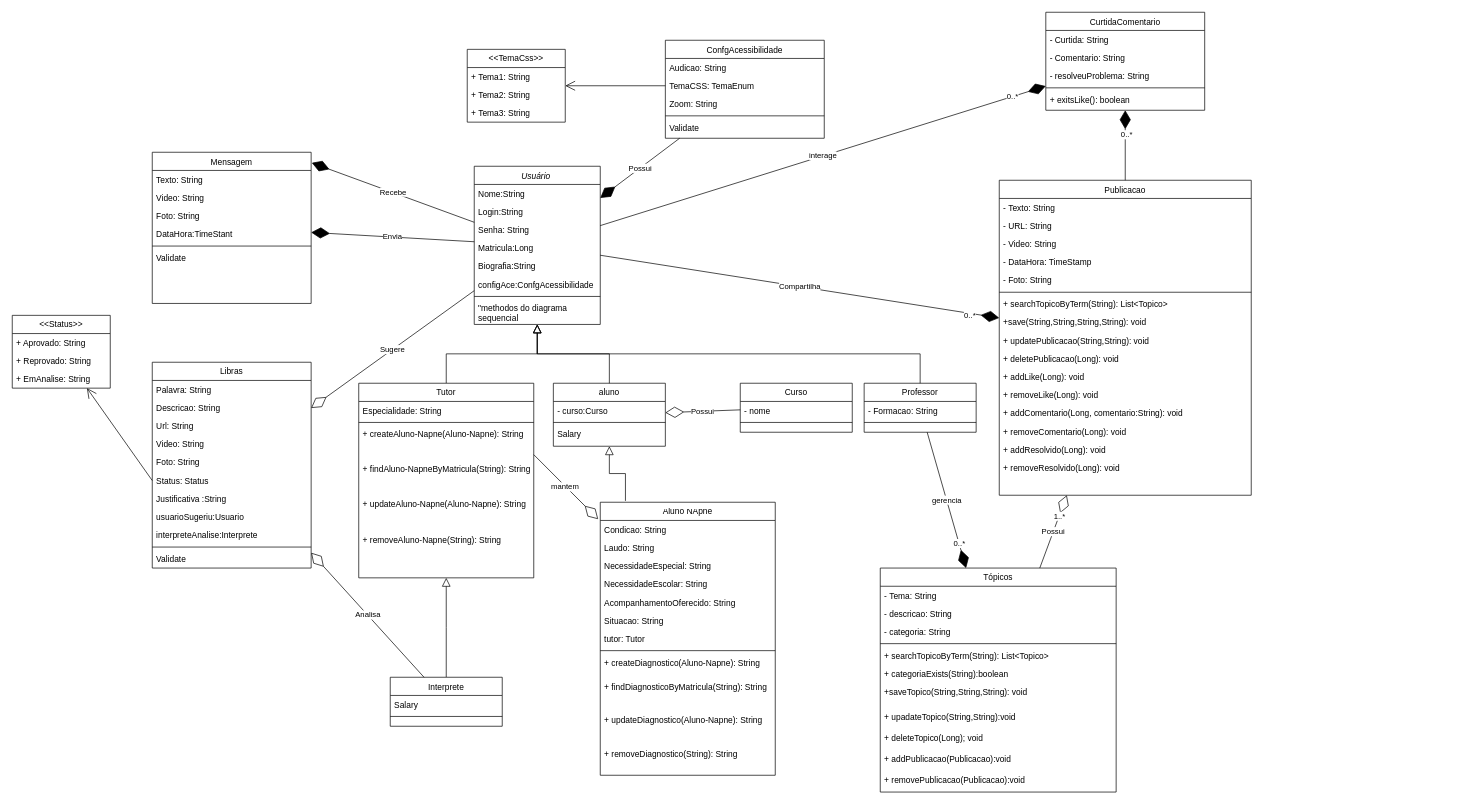
This is If Coders. diagrama de classe.drawio from arianamesquita/IFCoders, a draw.io file, before an edit. Source tidied: cells renumbered, new cells numbered last; positions are measured from the earlier drawing's top-left corner, leaving out a move shared by most shapes. Both pictures are drawn from the tidied source at 70%, with x=0, y=0 at pixel (12, 12).
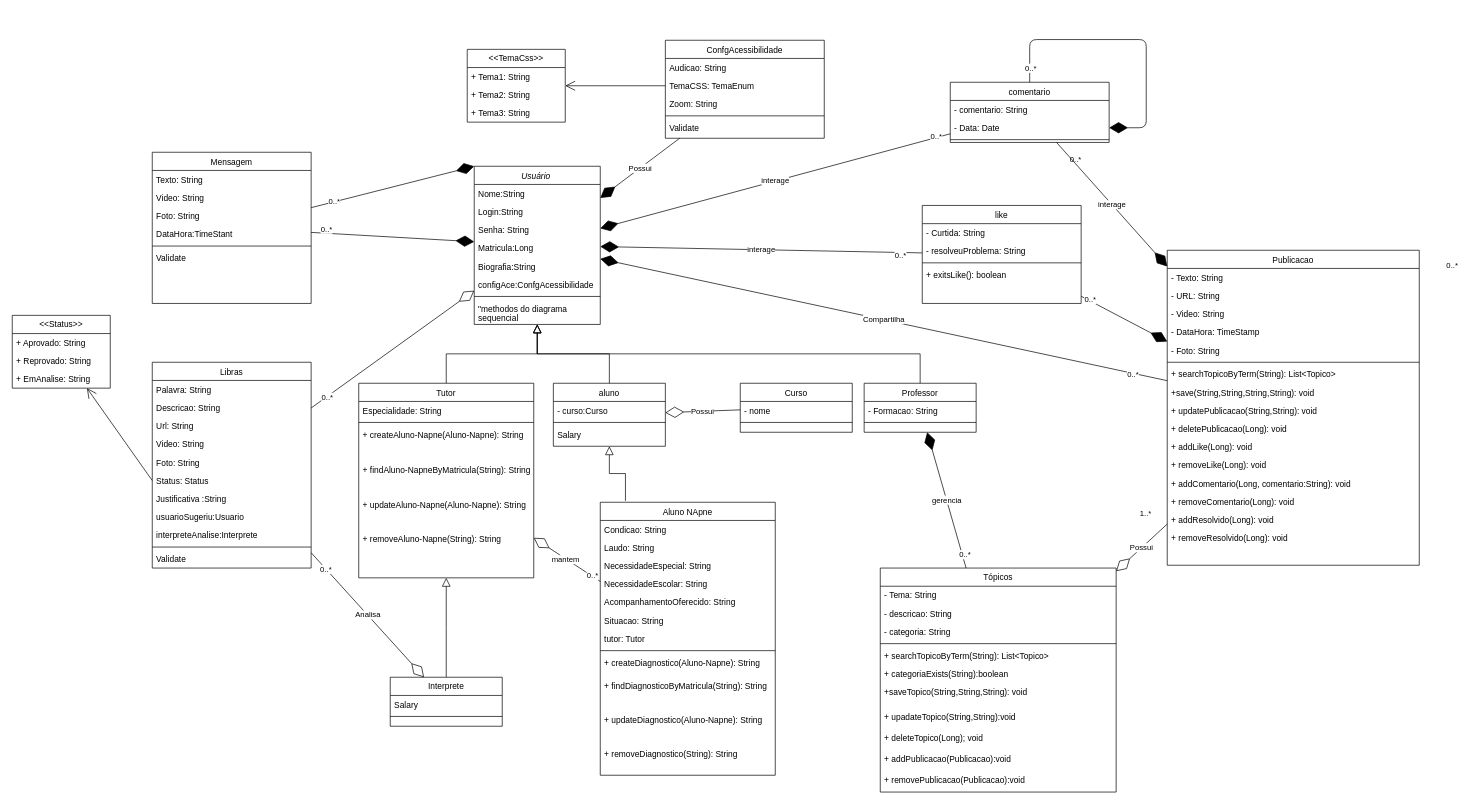
The same page after the edit.

The change refers to these unchanged cells:
```xml
<mxCell id="2" value="Usuário " style="swimlane;fontStyle=2;align=center;verticalAlign=top;horizontal=1;startSize=26;rounded=0;shadow=0;strokeWidth=1;" parent="1" vertex="1">
  <mxGeometry x="660" y="220" width="180" height="226" as="geometry" />
</mxCell>
<mxCell id="12" value="Professor" style="swimlane;fontStyle=0;align=center;verticalAlign=top;horizontal=1;startSize=26;rounded=0;shadow=0;strokeWidth=1;" parent="1" vertex="1">
  <mxGeometry x="1217" y="530" width="160" height="70" as="geometry" />
</mxCell>
<mxCell id="19" value="aluno" style="swimlane;fontStyle=0;align=center;verticalAlign=top;horizontal=1;startSize=26;rounded=0;shadow=0;strokeWidth=1;" parent="1" vertex="1">
  <mxGeometry x="773" y="530" width="160" height="90" as="geometry" />
</mxCell>
<mxCell id="25" value="Interprete" style="swimlane;fontStyle=0;align=center;verticalAlign=top;horizontal=1;startSize=26;rounded=0;shadow=0;strokeWidth=1;" parent="1" vertex="1">
  <mxGeometry x="540" y="950" width="160" height="70" as="geometry" />
</mxCell>
<mxCell id="29" value="Libras" style="swimlane;fontStyle=0;align=center;verticalAlign=top;horizontal=1;startSize=26;rounded=0;shadow=0;strokeWidth=1;" parent="1" vertex="1">
  <mxGeometry x="200" y="500" width="227" height="294" as="geometry" />
</mxCell>
<mxCell id="41" value="Mensagem" style="swimlane;fontStyle=0;align=center;verticalAlign=top;horizontal=1;startSize=26;rounded=0;shadow=0;strokeWidth=1;" parent="1" vertex="1">
  <mxGeometry x="200" y="200" width="227" height="216" as="geometry" />
</mxCell>
<mxCell id="75" value="Tópicos" style="swimlane;fontStyle=0;align=center;verticalAlign=top;horizontal=1;startSize=26;rounded=0;shadow=0;strokeWidth=1;" parent="1" vertex="1">
  <mxGeometry x="1240" y="794" width="337" height="320" as="geometry" />
</mxCell>
<mxCell id="116" value="Aluno NApne" style="swimlane;fontStyle=0;align=center;verticalAlign=top;horizontal=1;startSize=26;rounded=0;shadow=0;strokeWidth=1;" parent="1" vertex="1">
  <mxGeometry x="840" y="700" width="250" height="390" as="geometry" />
</mxCell>
<mxCell id="131" value="Tutor" style="swimlane;fontStyle=0;align=center;verticalAlign=top;horizontal=1;startSize=26;rounded=0;shadow=0;strokeWidth=1;" parent="1" vertex="1">
  <mxGeometry x="495" y="530" width="250" height="278" as="geometry" />
</mxCell>
<mxCell id="135" value="&#10;" style="text;align=left;verticalAlign=top;spacingLeft=4;spacingRight=4;overflow=hidden;points=[[0,0.5],[1,0.5]];portConstraint=eastwest;" parent="131" vertex="1">
  <mxGeometry y="94" width="250" height="16" as="geometry" />
</mxCell>
```

Diff of the diagram source:
```diff
@@
-    <mxCell id="20" value="- curso:Curso" style="text;align=left;verticalAlign=top;spacingLeft=4;spacingRight=4;overflow=hidden;" parent="19" vertex="1">
+    <mxCell id="20" value="- curso:Curso" style="text;align=left;verticalAlign=top;spacingLeft=4;spacingRight=4;overflow=hidden;" parent="19" vertex="1">
       <mxGeometry y="26" width="160" height="26" as="geometry" />
     </mxCell>
@@
     <mxCell id="58" value="Publicacao" style="swimlane;fontStyle=0;align=center;verticalAlign=top;horizontal=1;startSize=26;rounded=0;shadow=0;strokeWidth=1;" parent="1" vertex="1">
-      <mxGeometry x="1410" y="240" width="360" height="450" as="geometry" />
+      <mxGeometry x="1650" y="340" width="360" height="450" as="geometry" />
     </mxCell>
@@
-    <mxCell id="91" value="CurtidaComentario" style="swimlane;fontStyle=0;align=center;verticalAlign=top;horizontal=1;startSize=26;rounded=0;shadow=0;strokeWidth=1;" parent="1" vertex="1">
-      <mxGeometry x="1476.5" width="227" height="140" as="geometry" />
+    <mxCell id="91" value="like" style="swimlane;fontStyle=0;align=center;verticalAlign=top;horizontal=1;startSize=26;rounded=0;shadow=0;strokeWidth=1;" parent="1" vertex="1">
+      <mxGeometry x="1300" y="276" width="227" height="140" as="geometry" />
     </mxCell>
@@
-    <mxCell id="93" value="- Comentario: String" style="text;align=left;verticalAlign=top;spacingLeft=4;spacingRight=4;overflow=hidden;" parent="91" vertex="1">
-      <mxGeometry y="52" width="227" height="26" as="geometry" />
-    </mxCell>
     <mxCell id="94" value="- resolveuProblema: String" style="text;align=left;verticalAlign=top;spacingLeft=4;spacingRight=4;overflow=hidden;" parent="91" vertex="1">
-      <mxGeometry y="78" width="227" height="26" as="geometry" />
+      <mxGeometry y="52" width="227" height="26" as="geometry" />
     </mxCell>
     <mxCell id="95" style="line;html=1;strokeWidth=1;align=left;verticalAlign=middle;spacingTop=-1;spacingLeft=3;spacingRight=3;labelPosition=right;" parent="91" vertex="1">
-      <mxGeometry y="104" width="227" height="8" as="geometry" />
+      <mxGeometry y="78" width="227" height="8" as="geometry" />
     </mxCell>
     <mxCell id="96" value="+ exitsLike(): boolean" style="text;align=left;verticalAlign=top;spacingLeft=4;spacingRight=4;overflow=hidden;" parent="91" vertex="1">
-      <mxGeometry y="112" width="227" height="26" as="geometry" />
+      <mxGeometry y="86" width="227" height="26" as="geometry" />
     </mxCell>
-    <mxCell id="97" style="endArrow=diamondThin;endFill=1;endSize=24;html=1;rounded=0;" parent="1" edge="1" source="58" target="91">
+    <mxCell id="97" style="endArrow=diamondThin;endFill=1;endSize=24;html=1;rounded=0;" parent="1" edge="1" source="91" target="58">
       <mxGeometry relative="1" as="geometry" />
     </mxCell>
     <mxCell id="98" value="0..*" style="edgeLabel;html=1;align=center;verticalAlign=middle;" parent="97" vertex="1">
-      <mxGeometry x="0.32" y="-1" relative="1" as="geometry" />
+      <mxGeometry x="0.32" y="-1" relative="1" as="geometry">
+        <mxPoint x="-68" y="-39" as="offset" />
+      </mxGeometry>
     </mxCell>
-    <mxCell id="99" value="interage" style="endArrow=diamondThin;endFill=1;endSize=24;html=1;rounded=0;" parent="1" edge="1" source="2" target="91">
+    <mxCell id="99" value="interage" style="endArrow=diamondThin;endFill=1;endSize=24;html=1;rounded=0;" parent="1" edge="1" source="91" target="2">
       <mxGeometry relative="1" as="geometry" />
     </mxCell>
     <mxCell id="100" value="0..*" style="edgeLabel;html=1;align=center;verticalAlign=middle;" parent="99" vertex="1">
-      <mxGeometry x="0.85" relative="1" as="geometry" />
+      <mxGeometry x="0.85" relative="1" as="geometry">
+        <mxPoint x="394" y="11" as="offset" />
+      </mxGeometry>
     </mxCell>
@@
-    <mxCell id="105" value="Sugere" style="endArrow=diamondThin;endFill=0;endSize=24;html=1;rounded=0;" parent="1" edge="1" source="2" target="29">
-      <mxGeometry relative="1" as="geometry" />
+    <mxCell id="105" value="0..*" style="endArrow=diamondThin;endFill=0;endSize=24;html=1;rounded=0;" parent="1" edge="1" source="29" target="2">
+      <mxGeometry x="-0.81" y="-1" relative="1" as="geometry" />
     </mxCell>
-    <mxCell id="106" value="Analisa" style="endArrow=diamondThin;endFill=0;endSize=24;html=1;rounded=0;" parent="1" edge="1" source="25" target="29">
+    <mxCell id="106" value="Analisa" style="endArrow=diamondThin;endFill=0;endSize=24;html=1;rounded=0;" parent="1" edge="1" source="29" target="25">
       <mxGeometry relative="1" as="geometry" />
     </mxCell>
+    <mxCell id="141" value="0..*" style="edgeLabel;html=1;align=center;verticalAlign=middle;" parent="106" vertex="1">
+      <mxGeometry x="-0.74" relative="1" as="geometry" />
+    </mxCell>
-    <mxCell id="107" value="mantem&amp;nbsp;" style="endArrow=diamondThin;endFill=0;endSize=24;html=1;rounded=0;entryX=-0.012;entryY=0.062;entryDx=0;entryDy=0;entryPerimeter=0;exitX=1;exitY=0.5;exitDx=0;exitDy=0;" parent="1" edge="1" source="135" target="116">
+    <mxCell id="107" value="mantem&amp;nbsp;" style="endArrow=diamondThin;endFill=0;endSize=24;html=1;rounded=0;" parent="1" edge="1" source="116" target="131">
       <mxGeometry relative="1" as="geometry" />
     </mxCell>
+    <mxCell id="142" value="0..*" style="edgeLabel;html=1;align=center;verticalAlign=middle;" parent="107" vertex="1">
+      <mxGeometry x="-0.76" relative="1" as="geometry">
+        <mxPoint y="-1" as="offset" />
+      </mxGeometry>
+    </mxCell>
-    <mxCell id="108" value="Envia" style="endArrow=diamondThin;endFill=1;endSize=24;html=1;rounded=0;" parent="1" edge="1" source="2" target="41">
-      <mxGeometry relative="1" as="geometry" />
+    <mxCell id="108" value="0..*" style="endArrow=diamondThin;endFill=1;endSize=24;html=1;rounded=0;entryX=0;entryY=0;entryDx=0;entryDy=0;" parent="1" edge="1" source="41" target="2">
+      <mxGeometry x="-0.72" y="1" relative="1" as="geometry" />
     </mxCell>
-    <mxCell id="109" value="Recebe" style="endArrow=diamondThin;endFill=1;endSize=24;html=1;rounded=0;entryX=1.004;entryY=0.07;entryDx=0;entryDy=0;entryPerimeter=0;" parent="1" edge="1" source="2" target="41">
-      <mxGeometry relative="1" as="geometry" />
+    <mxCell id="109" value="0..*" style="endArrow=diamondThin;endFill=1;endSize=24;html=1;rounded=0;" parent="1" edge="1" source="41" target="2">
+      <mxGeometry x="-0.81" y="6" relative="1" as="geometry" />
     </mxCell>
-    <mxCell id="110" value="Compartilha" style="endArrow=diamondThin;endFill=1;endSize=24;html=1;rounded=0;" parent="1" edge="1" source="2" target="58">
+    <mxCell id="110" value="Compartilha" style="endArrow=diamondThin;endFill=1;endSize=24;html=1;rounded=0;" parent="1" edge="1" source="58" target="2">
       <mxGeometry relative="1" as="geometry" />
     </mxCell>
     <mxCell id="111" value="0..*" style="edgeLabel;html=1;align=center;verticalAlign=middle;" parent="110" vertex="1">
-      <mxGeometry x="0.85" y="-2" relative="1" as="geometry" />
+      <mxGeometry x="0.85" y="-2" relative="1" as="geometry">
+        <mxPoint x="699" y="154" as="offset" />
+      </mxGeometry>
     </mxCell>
-    <mxCell id="112" value="gerencia" style="endArrow=diamondThin;endFill=1;endSize=24;html=1;rounded=0;" parent="1" edge="1" source="12" target="75">
+    <mxCell id="112" value="gerencia" style="endArrow=diamondThin;endFill=1;endSize=24;html=1;rounded=0;" parent="1" edge="1" source="75" target="12">
       <mxGeometry relative="1" as="geometry" />
     </mxCell>
     <mxCell id="113" value="0..*" style="edgeLabel;html=1;align=center;verticalAlign=middle;" parent="112" vertex="1">
-      <mxGeometry x="0.64" relative="1" as="geometry" />
+      <mxGeometry x="0.64" relative="1" as="geometry">
+        <mxPoint x="43" y="139" as="offset" />
+      </mxGeometry>
     </mxCell>
-    <mxCell id="114" value="Possui" style="endArrow=diamondThin;endFill=0;endSize=24;html=1;rounded=0;" parent="1" edge="1" source="75" target="58">
+    <mxCell id="114" value="Possui" style="endArrow=diamondThin;endFill=0;endSize=24;html=1;rounded=0;" parent="1" edge="1" source="58" target="75">
       <mxGeometry relative="1" as="geometry" />
     </mxCell>
     <mxCell id="115" value="1..*" style="edgeLabel;html=1;align=center;verticalAlign=middle;" parent="114" vertex="1">
-      <mxGeometry x="0.42" relative="1" as="geometry" />
+      <mxGeometry x="0.42" relative="1" as="geometry">
+        <mxPoint x="21" y="-64" as="offset" />
+      </mxGeometry>
     </mxCell>
@@
+    <mxCell id="143" value="comentario" style="swimlane;fontStyle=0;align=center;verticalAlign=top;horizontal=1;startSize=26;rounded=0;shadow=0;strokeWidth=1;" parent="1" vertex="1">
+      <mxGeometry x="1340" y="100" width="227" height="86" as="geometry" />
+    </mxCell>
+    <mxCell id="144" value="- comentario: String" style="text;align=left;verticalAlign=top;spacingLeft=4;spacingRight=4;overflow=hidden;" parent="143" vertex="1">
+      <mxGeometry y="26" width="227" height="26" as="geometry" />
+    </mxCell>
+    <mxCell id="145" value="- Data: Date" style="text;align=left;verticalAlign=top;spacingLeft=4;spacingRight=4;overflow=hidden;points=[[0,0.5],[1,0.5]];portConstraint=eastwest;" parent="143" vertex="1">
+      <mxGeometry y="52" width="227" height="26" as="geometry" />
+    </mxCell>
+    <mxCell id="146" style="line;html=1;strokeWidth=1;align=left;verticalAlign=middle;spacingTop=-1;spacingLeft=3;spacingRight=3;labelPosition=right;" parent="143" vertex="1">
+      <mxGeometry y="78" width="227" height="8" as="geometry" />
+    </mxCell>
+    <mxCell id="147" style="endArrow=diamondThin;endFill=1;endSize=24;html=1;rounded=1;exitX=0.5;exitY=0;exitDx=0;exitDy=0;edgeStyle=orthogonalEdgeStyle;curved=0;entryX=1;entryY=0.5;entryDx=0;entryDy=0;" parent="143" edge="1" source="143" target="145">
+      <mxGeometry relative="1" as="geometry">
+        <Array as="points">
+          <mxPoint x="113" y="-61" />
+          <mxPoint x="280" y="-61" />
+          <mxPoint x="280" y="65" />
+        </Array>
+      </mxGeometry>
+    </mxCell>
+    <mxCell id="148" value="0..*" style="edgeLabel;html=1;align=center;verticalAlign=middle;" parent="147" vertex="1">
+      <mxGeometry x="0.32" y="-1" relative="1" as="geometry">
+        <mxPoint x="-165" as="offset" />
+      </mxGeometry>
+    </mxCell>
+    <mxCell id="149" value="interage" style="endArrow=diamondThin;endFill=1;endSize=24;html=1;rounded=0;" parent="1" edge="1" source="143" target="2">
+      <mxGeometry relative="1" as="geometry" />
+    </mxCell>
+    <mxCell id="150" value="0..*" style="edgeLabel;html=1;align=center;verticalAlign=middle;" parent="149" vertex="1">
+      <mxGeometry x="0.85" relative="1" as="geometry">
+        <mxPoint x="641" y="-88" as="offset" />
+      </mxGeometry>
+    </mxCell>
+    <mxCell id="151" value="interage" style="endArrow=diamondThin;endFill=1;endSize=24;html=1;rounded=0;" parent="1" edge="1" source="143" target="58">
+      <mxGeometry relative="1" as="geometry" />
+    </mxCell>
+    <mxCell id="152" value="0..*" style="edgeLabel;html=1;align=center;verticalAlign=middle;" parent="151" vertex="1">
+      <mxGeometry x="0.85" relative="1" as="geometry">
+        <mxPoint x="418" y="11" as="offset" />
+      </mxGeometry>
+    </mxCell>
+    <mxCell id="153" value="0..*" style="edgeLabel;html=1;align=center;verticalAlign=middle;" parent="1" vertex="1">
+      <mxGeometry x="1460" y="70.7" as="geometry">
+        <mxPoint x="-141" y="107" as="offset" />
+      </mxGeometry>
+    </mxCell>
```
